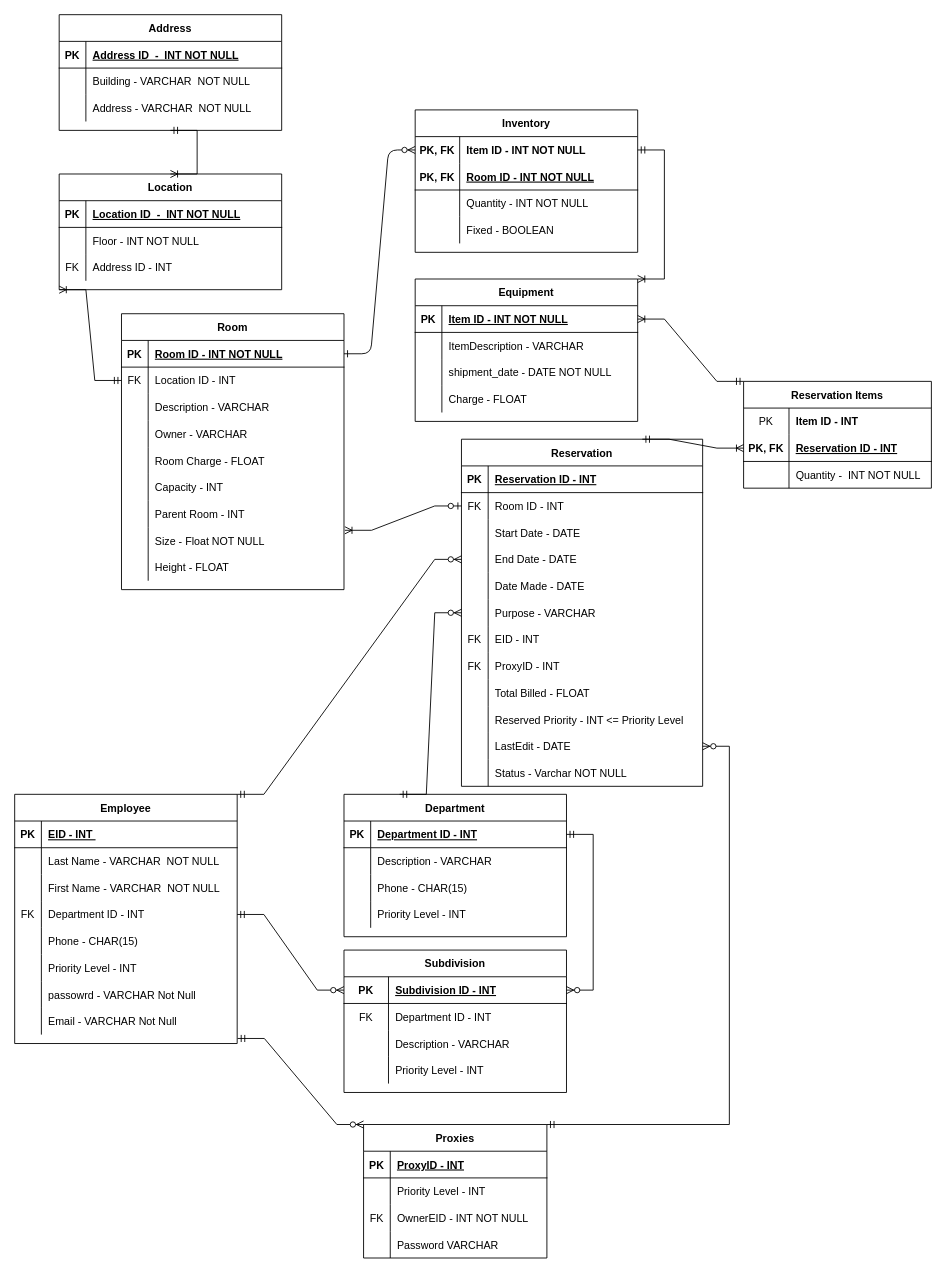
Before: Projcet1.drawio in seanjedi/comp-163-database-design-class, a draw.io diagram. Source tidied: cells renumbered, new cells numbered last; positions are measured from the earlier drawing's top-left corner, leaving out a move shared by most shapes. Both pictures are drawn from the tidied source at 89%, with x=0, y=0 at pixel (14, 14).
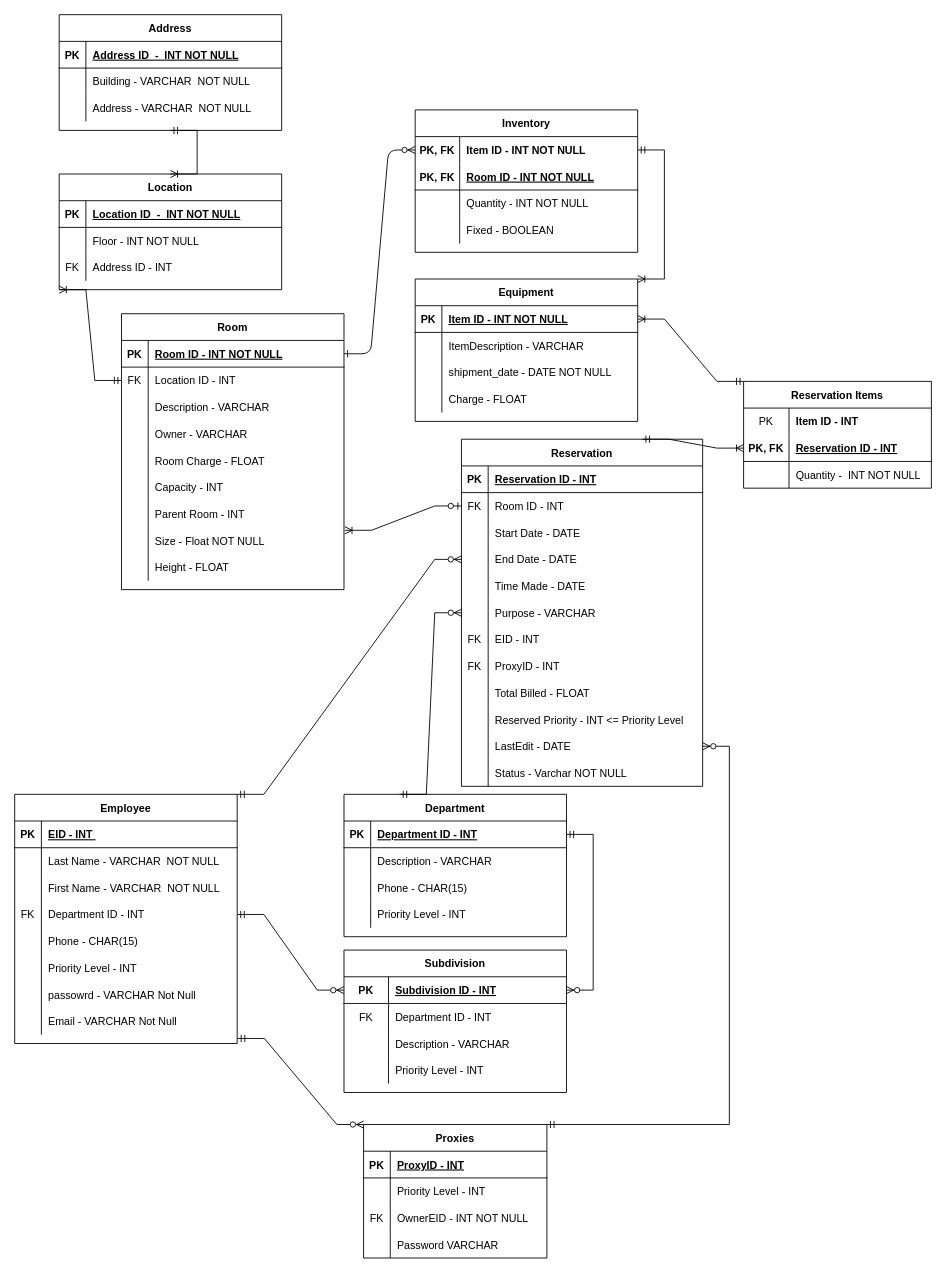
The same page after the edit.

Unchanged cells that the change refers to:
```xml
<mxCell id="146" style="shape=tableRow;horizontal=0;startSize=0;swimlaneHead=0;swimlaneBody=0;fillColor=none;top=0;left=0;right=0;bottom=0;" parent="133" vertex="1">
  <mxGeometry y="150" width="271" height="30" as="geometry" />
</mxCell>
```

Change to the diagram source:
```diff
@@
-    <mxCell id="148" value="Date Made - DATE" style="shape=partialRectangle;fillColor=none;top=0;left=0;bottom=0;right=0;align=left;spacingLeft=6;overflow=hidden;" parent="146" vertex="1">
+    <mxCell id="148" value="Time Made - DATE" style="shape=partialRectangle;fillColor=none;top=0;left=0;bottom=0;right=0;align=left;spacingLeft=6;overflow=hidden;" parent="146" vertex="1">
       <mxGeometry x="30" width="241" height="30" as="geometry" />
     </mxCell>
```
